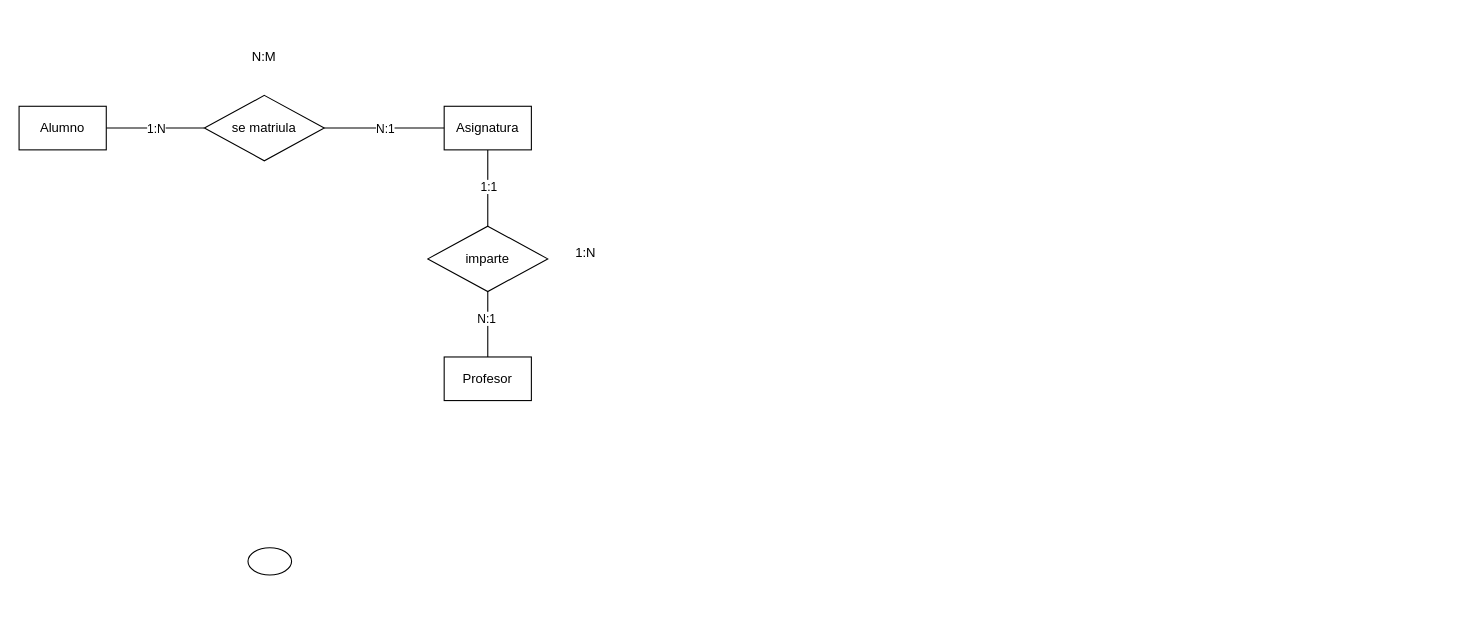
The draw.io diagram FP/BBDD - Bases de Datos/Tema 2/Ejercicios/Ejercicio1_universidad.drawio in ManuFdz89/FP-DAW, before the edit. Source tidied: cells renumbered, new cells numbered last; positions are measured from the earlier drawing's top-left corner, leaving out a move shared by most shapes. Both pictures are drawn from the tidied source at 109%, with x=0, y=0 at pixel (19, 40).
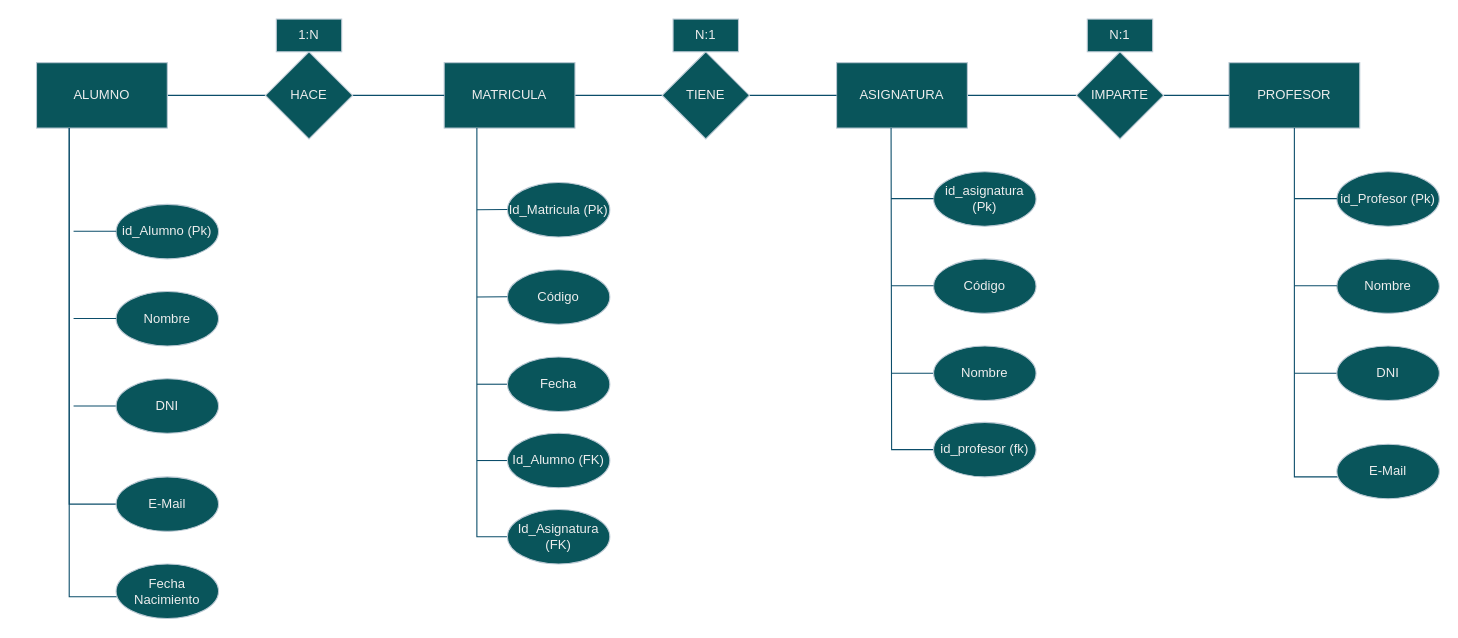
The same diagram, later.

Diff of the diagram source:
```diff
@@
-    <mxCell id="2" value="Alumno" style="rounded=0;whiteSpace=wrap;html=1;" parent="1" vertex="1">
-      <mxGeometry y="60" width="80" height="40" as="geometry" />
-    </mxCell>
-    <mxCell id="3" value="se matriula" style="rhombus;whiteSpace=wrap;html=1;rounded=0;" parent="1" vertex="1">
-      <mxGeometry x="170" y="50" width="110" height="60" as="geometry" />
-    </mxCell>
-    <mxCell id="4" value="Profesor" style="rounded=0;whiteSpace=wrap;html=1;" parent="1" vertex="1">
-      <mxGeometry x="390" y="290" width="80" height="40" as="geometry" />
-    </mxCell>
-    <mxCell id="5" value="Asignatura" style="rounded=0;whiteSpace=wrap;html=1;" parent="1" vertex="1">
-      <mxGeometry x="390" y="60" width="80" height="40" as="geometry" />
-    </mxCell>
-    <mxCell id="6" style="ellipse;whiteSpace=wrap;html=1;rounded=0;" parent="1" vertex="1">
-      <mxGeometry x="210" y="465" width="40" height="25" as="geometry" />
-    </mxCell>
-    <mxCell id="7" value="imparte" style="rhombus;whiteSpace=wrap;html=1;rounded=0;" parent="1" vertex="1">
-      <mxGeometry x="375" y="170" width="110" height="60" as="geometry" />
-    </mxCell>
-    <mxCell id="8" style="endArrow=none;html=1;rounded=0;entryX=0.5;entryY=0;entryDx=0;entryDy=0;exitX=0.5;exitY=1;exitDx=0;exitDy=0;" parent="1" edge="1" source="5" target="7">
-      <mxGeometry relative="1" as="geometry" />
-    </mxCell>
-    <mxCell id="9" value="1:1" style="edgeLabel;html=1;align=center;verticalAlign=middle;rounded=0;" parent="8" vertex="1">
-      <mxGeometry x="-0.06" relative="1" as="geometry" />
-    </mxCell>
-    <mxCell id="10" style="endArrow=none;html=1;rounded=0;entryX=0.5;entryY=0;entryDx=0;entryDy=0;exitX=0.5;exitY=1;exitDx=0;exitDy=0;" parent="1" edge="1" source="7" target="4">
-      <mxGeometry relative="1" as="geometry" />
-    </mxCell>
-    <mxCell id="11" value="N:1" style="edgeLabel;html=1;align=center;verticalAlign=middle;rounded=0;" parent="10" vertex="1">
-      <mxGeometry x="-0.14" y="-2" relative="1" as="geometry">
-        <mxPoint y="-2" as="offset" />
-      </mxGeometry>
-    </mxCell>
-    <mxCell id="12" style="endArrow=none;html=1;rounded=0;entryX=0;entryY=0.5;entryDx=0;entryDy=0;exitX=1;exitY=0.5;exitDx=0;exitDy=0;" parent="1" edge="1" source="3" target="5">
-      <mxGeometry relative="1" as="geometry" />
-    </mxCell>
-    <mxCell id="13" value="N:1" style="edgeLabel;html=1;align=center;verticalAlign=middle;rounded=0;" parent="12" vertex="1">
-      <mxGeometry relative="1" as="geometry" />
-    </mxCell>
-    <mxCell id="14" style="endArrow=none;html=1;rounded=0;exitX=1;exitY=0.5;exitDx=0;exitDy=0;" parent="1" edge="1" source="2" target="3">
-      <mxGeometry relative="1" as="geometry" />
-    </mxCell>
-    <mxCell id="15" value="1:N" style="edgeLabel;html=1;align=center;verticalAlign=middle;rounded=0;" parent="14" vertex="1">
-      <mxGeometry relative="1" as="geometry" />
-    </mxCell>
-    <mxCell id="16" value="N:M" style="text;html=1;whiteSpace=wrap;strokeColor=none;fillColor=none;align=center;verticalAlign=middle;rounded=0;" parent="1" vertex="1">
-      <mxGeometry x="195" width="60" height="30" as="geometry" />
-    </mxCell>
-    <mxCell id="17" value="1:N" style="text;html=1;whiteSpace=wrap;strokeColor=none;fillColor=none;align=center;verticalAlign=middle;rounded=0;" parent="1" vertex="1">
-      <mxGeometry x="490" y="180" width="60" height="30" as="geometry" />
-    </mxCell>
+    <mxCell id="18" style="edgeStyle=orthogonalEdgeStyle;rounded=0;jettySize=auto;html=1;entryX=0;entryY=0.5;entryDx=0;entryDy=0;endArrow=none;endFill=0;labelBackgroundColor=none;strokeColor=#0B4D6A;fontColor=default;" parent="1" edge="1" source="19" target="26">
+      <mxGeometry relative="1" as="geometry" />
+    </mxCell>
+    <mxCell id="19" value="ASIGNATURA" style="rounded=0;whiteSpace=wrap;html=1;labelBackgroundColor=none;fillColor=#09555B;strokeColor=#BAC8D3;fontColor=#EEEEEE;" parent="1" vertex="1">
+      <mxGeometry x="750" y="20" width="120" height="60" as="geometry" />
+    </mxCell>
+    <mxCell id="20" style="edgeStyle=orthogonalEdgeStyle;rounded=0;jettySize=auto;html=1;entryX=0;entryY=0.5;entryDx=0;entryDy=0;endArrow=none;endFill=0;labelBackgroundColor=none;strokeColor=#0B4D6A;fontColor=default;" parent="1" edge="1" source="21" target="28">
+      <mxGeometry relative="1" as="geometry" />
+    </mxCell>
+    <mxCell id="21" value="MATRICULA" style="rounded=0;whiteSpace=wrap;html=1;labelBackgroundColor=none;fillColor=#09555B;strokeColor=#BAC8D3;fontColor=#EEEEEE;" parent="1" vertex="1">
+      <mxGeometry x="390" y="20" width="120" height="60" as="geometry" />
+    </mxCell>
+    <mxCell id="22" style="edgeStyle=orthogonalEdgeStyle;rounded=0;jettySize=auto;html=1;entryX=0;entryY=0.5;entryDx=0;entryDy=0;endArrow=none;endFill=0;labelBackgroundColor=none;strokeColor=#0B4D6A;fontColor=default;" parent="1" edge="1" source="23" target="30">
+      <mxGeometry relative="1" as="geometry" />
+    </mxCell>
+    <mxCell id="23" value="ALUMNO" style="rounded=0;whiteSpace=wrap;html=1;labelBackgroundColor=none;fillColor=#09555B;strokeColor=#BAC8D3;fontColor=#EEEEEE;" parent="1" vertex="1">
+      <mxGeometry x="16" y="20" width="120" height="60" as="geometry" />
+    </mxCell>
+    <mxCell id="24" value="PROFESOR" style="rounded=0;whiteSpace=wrap;html=1;labelBackgroundColor=none;fillColor=#09555B;strokeColor=#BAC8D3;fontColor=#EEEEEE;" parent="1" vertex="1">
+      <mxGeometry x="1110" y="20" width="120" height="60" as="geometry" />
+    </mxCell>
+    <mxCell id="25" style="edgeStyle=orthogonalEdgeStyle;rounded=0;jettySize=auto;html=1;entryX=0;entryY=0.5;entryDx=0;entryDy=0;endArrow=none;endFill=0;labelBackgroundColor=none;strokeColor=#0B4D6A;fontColor=default;" parent="1" edge="1" source="26" target="24">
+      <mxGeometry relative="1" as="geometry" />
+    </mxCell>
+    <mxCell id="26" value="IMPARTE" style="rhombus;whiteSpace=wrap;html=1;labelBackgroundColor=none;fillColor=#09555B;strokeColor=#BAC8D3;fontColor=#EEEEEE;" parent="1" vertex="1">
+      <mxGeometry x="970" y="10" width="80" height="80" as="geometry" />
+    </mxCell>
+    <mxCell id="27" style="edgeStyle=orthogonalEdgeStyle;rounded=0;jettySize=auto;html=1;endArrow=none;endFill=0;labelBackgroundColor=none;strokeColor=#0B4D6A;fontColor=default;" parent="1" edge="1" source="28" target="19">
+      <mxGeometry relative="1" as="geometry">
+        <Array as="points">
+          <mxPoint x="710" y="50" />
+          <mxPoint x="710" y="50" />
+        </Array>
+      </mxGeometry>
+    </mxCell>
+    <mxCell id="28" value="TIENE" style="rhombus;whiteSpace=wrap;html=1;labelBackgroundColor=none;fillColor=#09555B;strokeColor=#BAC8D3;fontColor=#EEEEEE;" parent="1" vertex="1">
+      <mxGeometry x="590" y="10" width="80" height="80" as="geometry" />
+    </mxCell>
+    <mxCell id="29" style="edgeStyle=orthogonalEdgeStyle;rounded=0;jettySize=auto;html=1;entryX=0;entryY=0.5;entryDx=0;entryDy=0;endArrow=none;endFill=0;labelBackgroundColor=none;strokeColor=#0B4D6A;fontColor=default;" parent="1" edge="1" source="30" target="21">
+      <mxGeometry relative="1" as="geometry" />
+    </mxCell>
+    <mxCell id="30" value="HACE" style="rhombus;whiteSpace=wrap;html=1;labelBackgroundColor=none;fillColor=#09555B;strokeColor=#BAC8D3;fontColor=#EEEEEE;" parent="1" vertex="1">
+      <mxGeometry x="226" y="10" width="80" height="80" as="geometry" />
+    </mxCell>
+    <mxCell id="31" value="id_Alumno (Pk)" style="ellipse;whiteSpace=wrap;html=1;labelBackgroundColor=none;fillColor=#09555B;strokeColor=#BAC8D3;fontColor=#EEEEEE;" parent="1" vertex="1">
+      <mxGeometry x="89" y="150" width="94" height="50" as="geometry" />
+    </mxCell>
+    <mxCell id="32" value="Nombre" style="ellipse;whiteSpace=wrap;html=1;labelBackgroundColor=none;fillColor=#09555B;strokeColor=#BAC8D3;fontColor=#EEEEEE;" parent="1" vertex="1">
+      <mxGeometry x="89" y="230" width="94" height="50" as="geometry" />
+    </mxCell>
+    <mxCell id="33" style="rounded=0;jettySize=auto;html=1;entryX=0.25;entryY=1;entryDx=0;entryDy=0;endArrow=none;endFill=0;startArrow=none;startFill=0;labelBackgroundColor=none;strokeColor=#0B4D6A;fontColor=default;edgeStyle=orthogonalEdgeStyle;" parent="1" edge="1" source="34" target="23">
+      <mxGeometry relative="1" as="geometry">
+        <Array as="points">
+          <mxPoint x="46" y="425" />
+        </Array>
+      </mxGeometry>
+    </mxCell>
+    <mxCell id="34" value="E-Mail" style="ellipse;whiteSpace=wrap;html=1;labelBackgroundColor=none;fillColor=#09555B;strokeColor=#BAC8D3;fontColor=#EEEEEE;" parent="1" vertex="1">
+      <mxGeometry x="89" y="400" width="94" height="50" as="geometry" />
+    </mxCell>
+    <mxCell id="35" style="rounded=0;jettySize=auto;html=1;strokeColor=#0B4D6A;endArrow=none;endFill=0;labelBackgroundColor=none;fontColor=default;" parent="1" edge="1" source="36">
+      <mxGeometry relative="1" as="geometry">
+        <mxPoint x="50" y="335" as="targetPoint" />
+      </mxGeometry>
+    </mxCell>
+    <mxCell id="36" value="DNI" style="ellipse;whiteSpace=wrap;html=1;labelBackgroundColor=none;fillColor=#09555B;strokeColor=#BAC8D3;fontColor=#EEEEEE;" parent="1" vertex="1">
+      <mxGeometry x="89" y="310" width="94" height="50" as="geometry" />
+    </mxCell>
+    <mxCell id="37" style="rounded=0;orthogonalLoop=1;jettySize=auto;html=1;strokeColor=#0B4D6A;endArrow=none;endFill=0;labelBackgroundColor=none;fontColor=default;" parent="1" edge="1">
+      <mxGeometry relative="1" as="geometry">
+        <mxPoint x="89" y="254.7" as="sourcePoint" />
+        <mxPoint x="50" y="254.7" as="targetPoint" />
+      </mxGeometry>
+    </mxCell>
+    <mxCell id="38" style="rounded=0;orthogonalLoop=1;jettySize=auto;html=1;strokeColor=#0B4D6A;endArrow=none;endFill=0;labelBackgroundColor=none;fontColor=default;" parent="1" edge="1">
+      <mxGeometry relative="1" as="geometry">
+        <mxPoint x="89" y="174.7" as="sourcePoint" />
+        <mxPoint x="50" y="174.7" as="targetPoint" />
+      </mxGeometry>
+    </mxCell>
+    <mxCell id="39" value="id_Profesor (Pk)" style="ellipse;whiteSpace=wrap;html=1;labelBackgroundColor=none;fillColor=#09555B;strokeColor=#BAC8D3;fontColor=#EEEEEE;" parent="1" vertex="1">
+      <mxGeometry x="1209" y="120" width="94" height="50" as="geometry" />
+    </mxCell>
+    <mxCell id="40" value="Nombre" style="ellipse;whiteSpace=wrap;html=1;labelBackgroundColor=none;fillColor=#09555B;strokeColor=#BAC8D3;fontColor=#EEEEEE;" parent="1" vertex="1">
+      <mxGeometry x="1209" y="200" width="94" height="50" as="geometry" />
+    </mxCell>
+    <mxCell id="41" style="edgeStyle=orthogonalEdgeStyle;rounded=0;jettySize=auto;html=1;entryX=0.5;entryY=1;entryDx=0;entryDy=0;strokeColor=#0B4D6A;endArrow=none;endFill=0;labelBackgroundColor=none;fontColor=default;" parent="1" edge="1" source="42" target="24">
+      <mxGeometry relative="1" as="geometry">
+        <Array as="points">
+          <mxPoint x="1170" y="400" />
+        </Array>
+      </mxGeometry>
+    </mxCell>
+    <mxCell id="42" value="E-Mail" style="ellipse;whiteSpace=wrap;html=1;labelBackgroundColor=none;fillColor=#09555B;strokeColor=#BAC8D3;fontColor=#EEEEEE;" parent="1" vertex="1">
+      <mxGeometry x="1209" y="370" width="94" height="50" as="geometry" />
+    </mxCell>
+    <mxCell id="43" style="rounded=0;jettySize=auto;html=1;strokeColor=#0B4D6A;endArrow=none;endFill=0;labelBackgroundColor=none;fontColor=default;" parent="1" edge="1" source="44">
+      <mxGeometry relative="1" as="geometry">
+        <mxPoint x="1170" y="305" as="targetPoint" />
+      </mxGeometry>
+    </mxCell>
+    <mxCell id="44" value="DNI" style="ellipse;whiteSpace=wrap;html=1;labelBackgroundColor=none;fillColor=#09555B;strokeColor=#BAC8D3;fontColor=#EEEEEE;" parent="1" vertex="1">
+      <mxGeometry x="1209" y="280" width="94" height="50" as="geometry" />
+    </mxCell>
+    <mxCell id="45" style="rounded=0;orthogonalLoop=1;jettySize=auto;html=1;strokeColor=#0B4D6A;endArrow=none;endFill=0;labelBackgroundColor=none;fontColor=default;" parent="1" edge="1">
+      <mxGeometry relative="1" as="geometry">
+        <mxPoint x="1209" y="224.7" as="sourcePoint" />
+        <mxPoint x="1170" y="224.7" as="targetPoint" />
+      </mxGeometry>
+    </mxCell>
+    <mxCell id="46" style="rounded=0;orthogonalLoop=1;jettySize=auto;html=1;strokeColor=#0B4D6A;endArrow=none;endFill=0;labelBackgroundColor=none;fontColor=default;" parent="1" edge="1">
+      <mxGeometry relative="1" as="geometry">
+        <mxPoint x="1209" y="144.7" as="sourcePoint" />
+        <mxPoint x="1170" y="144.7" as="targetPoint" />
+      </mxGeometry>
+    </mxCell>
+    <mxCell id="47" value="Id_Matricula (Pk)" style="ellipse;whiteSpace=wrap;html=1;labelBackgroundColor=none;fillColor=#09555B;strokeColor=#BAC8D3;fontColor=#EEEEEE;" parent="1" vertex="1">
+      <mxGeometry x="448" y="130" width="94" height="50" as="geometry" />
+    </mxCell>
+    <mxCell id="48" value="Código" style="ellipse;whiteSpace=wrap;html=1;labelBackgroundColor=none;fillColor=#09555B;strokeColor=#BAC8D3;fontColor=#EEEEEE;" parent="1" vertex="1">
+      <mxGeometry x="448" y="210" width="94" height="50" as="geometry" />
+    </mxCell>
+    <mxCell id="49" style="rounded=0;orthogonalLoop=1;jettySize=auto;html=1;strokeColor=#0B4D6A;endArrow=none;endFill=0;labelBackgroundColor=none;fontColor=default;" parent="1" edge="1">
+      <mxGeometry relative="1" as="geometry">
+        <mxPoint x="448" y="315" as="sourcePoint" />
+        <mxPoint x="420" y="315" as="targetPoint" />
+      </mxGeometry>
+    </mxCell>
+    <mxCell id="50" style="rounded=0;orthogonalLoop=1;jettySize=auto;html=1;strokeColor=#0B4D6A;endArrow=none;endFill=0;labelBackgroundColor=none;fontColor=default;" parent="1" edge="1">
+      <mxGeometry relative="1" as="geometry">
+        <mxPoint x="448" y="234.7" as="sourcePoint" />
+        <mxPoint x="420" y="235" as="targetPoint" />
+      </mxGeometry>
+    </mxCell>
+    <mxCell id="51" style="rounded=0;orthogonalLoop=1;jettySize=auto;html=1;strokeColor=#0B4D6A;endArrow=none;endFill=0;labelBackgroundColor=none;fontColor=default;" parent="1" edge="1">
+      <mxGeometry relative="1" as="geometry">
+        <mxPoint x="448" y="154.7" as="sourcePoint" />
+        <mxPoint x="420" y="155" as="targetPoint" />
+      </mxGeometry>
+    </mxCell>
+    <mxCell id="52" value="id_asignatura (Pk)" style="ellipse;whiteSpace=wrap;html=1;labelBackgroundColor=none;fillColor=#09555B;strokeColor=#BAC8D3;fontColor=#EEEEEE;" parent="1" vertex="1">
+      <mxGeometry x="839" y="120" width="94" height="50" as="geometry" />
+    </mxCell>
+    <mxCell id="53" value="Código" style="ellipse;whiteSpace=wrap;html=1;labelBackgroundColor=none;fillColor=#09555B;strokeColor=#BAC8D3;fontColor=#EEEEEE;" parent="1" vertex="1">
+      <mxGeometry x="839" y="200" width="94" height="50" as="geometry" />
+    </mxCell>
+    <mxCell id="54" style="rounded=0;jettySize=auto;html=1;strokeColor=#0B4D6A;endArrow=none;endFill=0;labelBackgroundColor=none;fontColor=default;" parent="1" edge="1" source="55">
+      <mxGeometry relative="1" as="geometry">
+        <mxPoint x="800" y="305" as="targetPoint" />
+      </mxGeometry>
+    </mxCell>
+    <mxCell id="55" value="Nombre" style="ellipse;whiteSpace=wrap;html=1;labelBackgroundColor=none;fillColor=#09555B;strokeColor=#BAC8D3;fontColor=#EEEEEE;" parent="1" vertex="1">
+      <mxGeometry x="839" y="280" width="94" height="50" as="geometry" />
+    </mxCell>
+    <mxCell id="56" style="rounded=0;orthogonalLoop=1;jettySize=auto;html=1;strokeColor=#0B4D6A;endArrow=none;endFill=0;labelBackgroundColor=none;fontColor=default;" parent="1" edge="1">
+      <mxGeometry relative="1" as="geometry">
+        <mxPoint x="839" y="224.7" as="sourcePoint" />
+        <mxPoint x="800" y="224.7" as="targetPoint" />
+      </mxGeometry>
+    </mxCell>
+    <mxCell id="57" style="rounded=0;orthogonalLoop=1;jettySize=auto;html=1;strokeColor=#0B4D6A;endArrow=none;endFill=0;labelBackgroundColor=none;fontColor=default;" parent="1" edge="1">
+      <mxGeometry relative="1" as="geometry">
+        <mxPoint x="839" y="144.7" as="sourcePoint" />
+        <mxPoint x="800" y="144.7" as="targetPoint" />
+      </mxGeometry>
+    </mxCell>
+    <mxCell id="58" value="1:N" style="text;html=1;whiteSpace=wrap;strokeColor=#BAC8D3;fillColor=#09555B;align=center;verticalAlign=middle;rounded=0;fontColor=#EEEEEE;labelBackgroundColor=none;" parent="1" vertex="1">
+      <mxGeometry x="236" y="-20" width="60" height="30" as="geometry" />
+    </mxCell>
+    <mxCell id="59" value="N:1" style="text;html=1;whiteSpace=wrap;strokeColor=#BAC8D3;fillColor=#09555B;align=center;verticalAlign=middle;rounded=0;fontColor=#EEEEEE;labelBackgroundColor=none;" parent="1" vertex="1">
+      <mxGeometry x="600" y="-20" width="60" height="30" as="geometry" />
+    </mxCell>
+    <mxCell id="60" value="N:1" style="text;html=1;whiteSpace=wrap;strokeColor=#BAC8D3;fillColor=#09555B;align=center;verticalAlign=middle;rounded=0;fontColor=#EEEEEE;labelBackgroundColor=none;" parent="1" vertex="1">
+      <mxGeometry x="980" y="-20" width="60" height="30" as="geometry" />
+    </mxCell>
+    <mxCell id="61" value="Fecha" style="ellipse;whiteSpace=wrap;html=1;labelBackgroundColor=none;fillColor=#09555B;strokeColor=#BAC8D3;fontColor=#EEEEEE;" parent="1" vertex="1">
+      <mxGeometry x="448" y="290" width="94" height="50" as="geometry" />
+    </mxCell>
+    <mxCell id="62" style="edgeStyle=orthogonalEdgeStyle;rounded=0;jettySize=auto;html=1;entryX=0.25;entryY=1;entryDx=0;entryDy=0;strokeColor=#0B4D6A;endArrow=none;endFill=0;" parent="1" edge="1" source="63" target="23">
+      <mxGeometry relative="1" as="geometry">
+        <Array as="points">
+          <mxPoint x="46" y="510" />
+        </Array>
+      </mxGeometry>
+    </mxCell>
+    <mxCell id="63" value="Fecha Nacimiento" style="ellipse;whiteSpace=wrap;html=1;labelBackgroundColor=none;fillColor=#09555B;strokeColor=#BAC8D3;fontColor=#EEEEEE;" parent="1" vertex="1">
+      <mxGeometry x="89" y="480" width="94" height="50" as="geometry" />
+    </mxCell>
+    <mxCell id="64" style="edgeStyle=orthogonalEdgeStyle;rounded=0;jettySize=auto;html=1;entryX=0.25;entryY=1;entryDx=0;entryDy=0;strokeColor=#0B4D6A;endArrow=none;endFill=0;" parent="1" edge="1" source="65" target="21">
+      <mxGeometry relative="1" as="geometry">
+        <Array as="points">
+          <mxPoint x="420" y="455" />
+        </Array>
+      </mxGeometry>
+    </mxCell>
+    <mxCell id="65" value="Id_Asignatura (FK)" style="ellipse;whiteSpace=wrap;html=1;labelBackgroundColor=none;fillColor=#09555B;strokeColor=#BAC8D3;fontColor=#EEEEEE;" parent="1" vertex="1">
+      <mxGeometry x="448" y="430" width="94" height="50" as="geometry" />
+    </mxCell>
+    <mxCell id="66" style="edgeStyle=orthogonalEdgeStyle;rounded=0;jettySize=auto;html=1;strokeColor=#0B4D6A;endArrow=none;endFill=0;" parent="1" edge="1" source="67">
+      <mxGeometry relative="1" as="geometry">
+        <mxPoint x="420" y="385" as="targetPoint" />
+      </mxGeometry>
+    </mxCell>
+    <mxCell id="67" value="Id_Alumno (FK)" style="ellipse;whiteSpace=wrap;html=1;labelBackgroundColor=none;fillColor=#09555B;strokeColor=#BAC8D3;fontColor=#EEEEEE;" parent="1" vertex="1">
+      <mxGeometry x="448" y="360" width="94" height="50" as="geometry" />
+    </mxCell>
+    <mxCell id="68" style="edgeStyle=orthogonalEdgeStyle;rounded=0;jettySize=auto;html=1;strokeColor=#0B4D6A;endArrow=none;endFill=0;" parent="1" edge="1" source="69">
+      <mxGeometry relative="1" as="geometry">
+        <mxPoint x="800" y="80" as="targetPoint" />
+      </mxGeometry>
+    </mxCell>
+    <mxCell id="69" value="id_profesor (fk)" style="ellipse;whiteSpace=wrap;html=1;labelBackgroundColor=none;fillColor=#09555B;strokeColor=#BAC8D3;fontColor=#EEEEEE;" parent="1" vertex="1">
+      <mxGeometry x="839" y="350" width="94" height="50" as="geometry" />
+    </mxCell>
```
